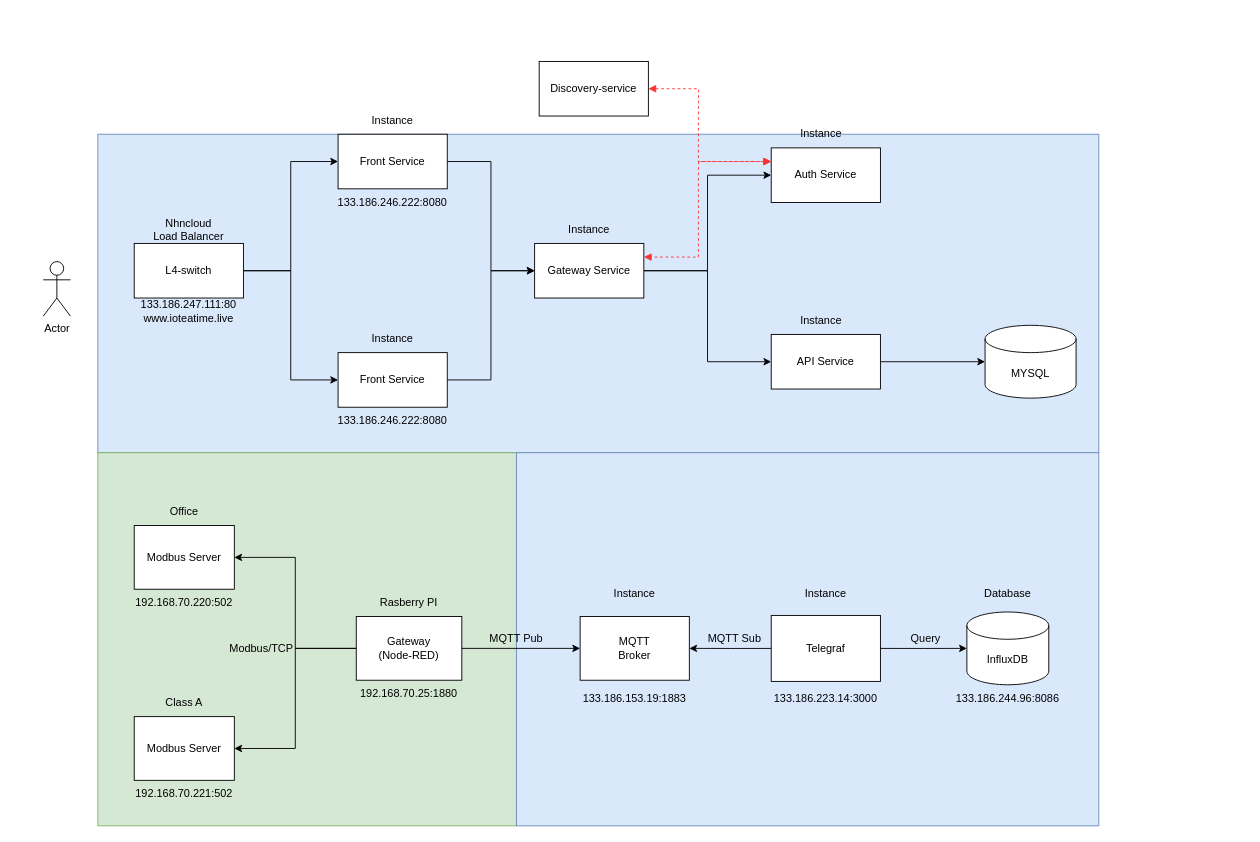
nhnacademy-aiot1-5/docs keeps this draw.io diagram as 제목 없는 다이어그램.drawio. Above is the earlier version. Source tidied: cells renumbered, new cells numbered last; positions are measured from the earlier drawing's top-left corner, leaving out a move shared by most shapes. Both pictures are drawn from the tidied source at 91%, with x=0, y=0 at pixel (43, 61).
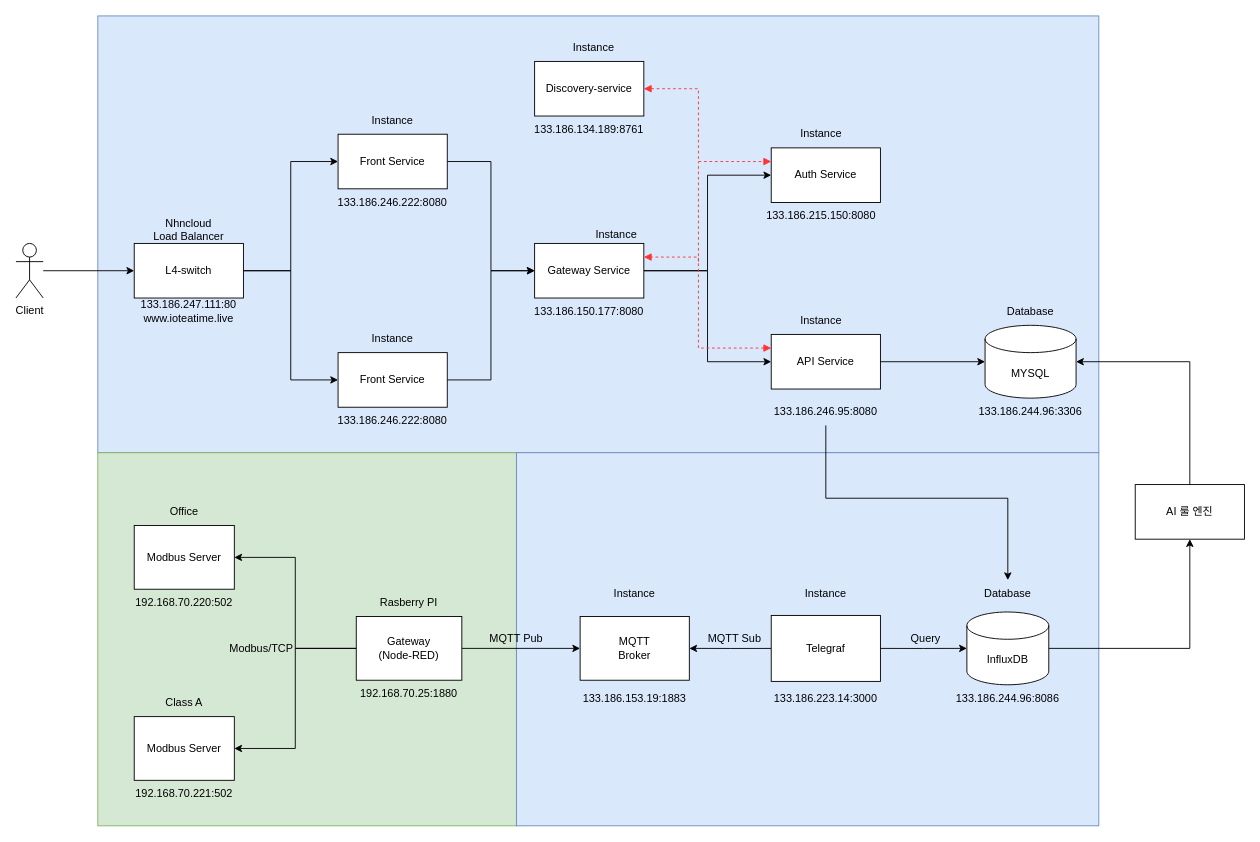
The same page after the edit.

Commit message (it also covers changes not shown here):
제목 없는 다이어그램.drawio 업데이트

The change refers to these unchanged cells:
```xml
<mxCell id="17" value="InfluxDB" style="shape=cylinder3;whiteSpace=wrap;html=1;boundedLbl=1;backgroundOutline=1;size=15;" parent="1" vertex="1">
  <mxGeometry x="1015" y="605" width="90" height="80" as="geometry" />
</mxCell>
<mxCell id="30" value="Gateway Service" style="rounded=0;whiteSpace=wrap;html=1;" parent="1" vertex="1">
  <mxGeometry x="540" y="200" width="120" height="60" as="geometry" />
</mxCell>
<mxCell id="37" value="L4-switch" style="rounded=0;whiteSpace=wrap;html=1;" parent="1" vertex="1">
  <mxGeometry x="100" y="200" width="120" height="60" as="geometry" />
</mxCell>
<mxCell id="38" value="MYSQL" style="shape=cylinder3;whiteSpace=wrap;html=1;boundedLbl=1;backgroundOutline=1;size=15;" parent="1" vertex="1">
  <mxGeometry x="1035" y="290" width="100" height="80" as="geometry" />
</mxCell>
<mxCell id="41" value="Database" style="text;html=1;align=center;verticalAlign=middle;whiteSpace=wrap;rounded=0;" parent="1" vertex="1">
  <mxGeometry x="1030" y="570" width="60" height="30" as="geometry" />
</mxCell>
<mxCell id="45" value="API Service" style="rounded=0;whiteSpace=wrap;html=1;" parent="1" vertex="1">
  <mxGeometry x="800" y="300" width="120" height="60" as="geometry" />
</mxCell>
<mxCell id="46" value="Auth Service" style="rounded=0;whiteSpace=wrap;html=1;" parent="1" vertex="1">
  <mxGeometry x="800" y="95" width="120" height="60" as="geometry" />
</mxCell>
```

What changed in the source:
```diff
@@
     <mxCell id="2" style="rounded=0;whiteSpace=wrap;html=1;fillColor=#dae8fc;strokeColor=#6c8ebf;" parent="1" vertex="1">
-      <mxGeometry x="60" y="80" width="1100" height="350" as="geometry" />
+      <mxGeometry x="60" y="-50" width="1100" height="480" as="geometry" />
     </mxCell>
@@
+    <mxCell id="59" style="edgeStyle=orthogonalEdgeStyle;rounded=0;jettySize=auto;html=1;entryX=0;entryY=0.5;entryDx=0;entryDy=0;" parent="1" edge="1" source="7" target="37">
+      <mxGeometry relative="1" as="geometry" />
+    </mxCell>
-    <mxCell id="7" value="Actor" style="shape=umlActor;verticalLabelPosition=bottom;verticalAlign=top;html=1;outlineConnect=0;" parent="1" vertex="1">
-      <mxGeometry y="220" width="30" height="60" as="geometry" />
+    <mxCell id="7" value="Client" style="shape=umlActor;verticalLabelPosition=bottom;verticalAlign=top;html=1;outlineConnect=0;" parent="1" vertex="1">
+      <mxGeometry x="-30" y="200" width="30" height="60" as="geometry" />
     </mxCell>
@@
+    <mxCell id="60" style="edgeStyle=orthogonalEdgeStyle;rounded=0;jettySize=auto;html=1;entryX=0.5;entryY=1;entryDx=0;entryDy=0;" parent="1" edge="1" source="17" target="71">
+      <mxGeometry relative="1" as="geometry" />
+    </mxCell>
@@
     <mxCell id="26" value="Discovery-service" style="rounded=0;whiteSpace=wrap;html=1;" parent="1" vertex="1">
-      <mxGeometry x="545" width="120" height="60" as="geometry" />
+      <mxGeometry x="540" width="120" height="60" as="geometry" />
     </mxCell>
@@
     <mxCell id="57" value="Instance" style="text;html=1;align=center;verticalAlign=middle;whiteSpace=wrap;rounded=0;" parent="1" vertex="1">
-      <mxGeometry x="570" y="170" width="60" height="30" as="geometry" />
+      <mxGeometry x="600" y="175" width="60" height="30" as="geometry" />
     </mxCell>
-    <mxCell id="58" style="endArrow=block;html=1;rounded=0;exitX=0;exitY=0.25;exitDx=0;exitDy=0;entryX=1;entryY=0.25;entryDx=0;entryDy=0;edgeStyle=orthogonalEdgeStyle;endFill=1;startArrow=block;startFill=1;dashed=1;strokeColor=#FF3333;" parent="1" edge="1" source="46" target="30">
-      <mxGeometry relative="1" as="geometry">
-        <Array as="points">
-          <mxPoint x="720" y="110" />
-          <mxPoint x="720" y="215" />
-        </Array>
-      </mxGeometry>
-    </mxCell>
+    <mxCell id="61" style="endArrow=block;html=1;rounded=0;entryX=1;entryY=0.25;entryDx=0;entryDy=0;exitX=0;exitY=0.25;exitDx=0;exitDy=0;edgeStyle=orthogonalEdgeStyle;strokeColor=#FF3333;dashed=1;startArrow=block;startFill=1;endFill=1;" parent="1" edge="1" source="45" target="30">
+      <mxGeometry relative="1" as="geometry">
+        <Array as="points">
+          <mxPoint x="720" y="315" />
+          <mxPoint x="720" y="215" />
+        </Array>
+      </mxGeometry>
+    </mxCell>
+    <mxCell id="62" value="Instance" style="text;html=1;align=center;verticalAlign=middle;whiteSpace=wrap;rounded=0;" parent="1" vertex="1">
+      <mxGeometry x="575" y="-30" width="60" height="30" as="geometry" />
+    </mxCell>
+    <mxCell id="63" style="endArrow=none;html=1;rounded=0;dashed=1;strokeColor=#FF3333;endFill=0;" parent="1" edge="1">
+      <mxGeometry relative="1" as="geometry">
+        <mxPoint x="720" y="220" as="sourcePoint" />
+        <mxPoint x="720" y="110" as="targetPoint" />
+      </mxGeometry>
+    </mxCell>
+    <mxCell id="64" value="133.186.134.189:8761" style="text;html=1;align=center;verticalAlign=middle;whiteSpace=wrap;rounded=0;" parent="1" vertex="1">
+      <mxGeometry x="570" y="60" width="60" height="30" as="geometry" />
+    </mxCell>
+    <mxCell id="65" value="133.186.150.177:8080" style="text;html=1;align=center;verticalAlign=middle;whiteSpace=wrap;rounded=0;" parent="1" vertex="1">
+      <mxGeometry x="570" y="260" width="60" height="30" as="geometry" />
+    </mxCell>
+    <mxCell id="66" value="133.186.215.150:8080" style="text;html=1;align=center;verticalAlign=middle;whiteSpace=wrap;rounded=0;" parent="1" vertex="1">
+      <mxGeometry x="825" y="155" width="60" height="30" as="geometry" />
+    </mxCell>
+    <mxCell id="67" value="133.186.246.95:8080" style="text;html=1;align=center;verticalAlign=middle;whiteSpace=wrap;rounded=0;" parent="1" vertex="1">
+      <mxGeometry x="830" y="370" width="60" height="30" as="geometry" />
+    </mxCell>
+    <mxCell id="68" value="133.186.244.96:3306" style="text;html=1;align=center;verticalAlign=middle;whiteSpace=wrap;rounded=0;" parent="1" vertex="1">
+      <mxGeometry x="1055" y="370" width="60" height="30" as="geometry" />
+    </mxCell>
+    <mxCell id="69" value="Database" style="text;html=1;align=center;verticalAlign=middle;whiteSpace=wrap;rounded=0;" parent="1" vertex="1">
+      <mxGeometry x="1055" y="260" width="60" height="30" as="geometry" />
+    </mxCell>
+    <mxCell id="70" style="edgeStyle=orthogonalEdgeStyle;rounded=0;jettySize=auto;html=1;entryX=0.5;entryY=0;entryDx=0;entryDy=0;exitX=0.5;exitY=1;exitDx=0;exitDy=0;" parent="1" edge="1" source="67" target="41">
+      <mxGeometry relative="1" as="geometry">
+        <Array as="points">
+          <mxPoint x="860" y="480" />
+          <mxPoint x="1060" y="480" />
+        </Array>
+      </mxGeometry>
+    </mxCell>
+    <mxCell id="71" value="AI 룰 엔진" style="rounded=0;whiteSpace=wrap;html=1;" parent="1" vertex="1">
+      <mxGeometry x="1200" y="465" width="120" height="60" as="geometry" />
+    </mxCell>
+    <mxCell id="72" style="edgeStyle=orthogonalEdgeStyle;rounded=0;jettySize=auto;html=1;entryX=1;entryY=0.5;entryDx=0;entryDy=0;entryPerimeter=0;exitX=0.5;exitY=0;exitDx=0;exitDy=0;" parent="1" edge="1" source="71" target="38">
+      <mxGeometry relative="1" as="geometry" />
+    </mxCell>
```
